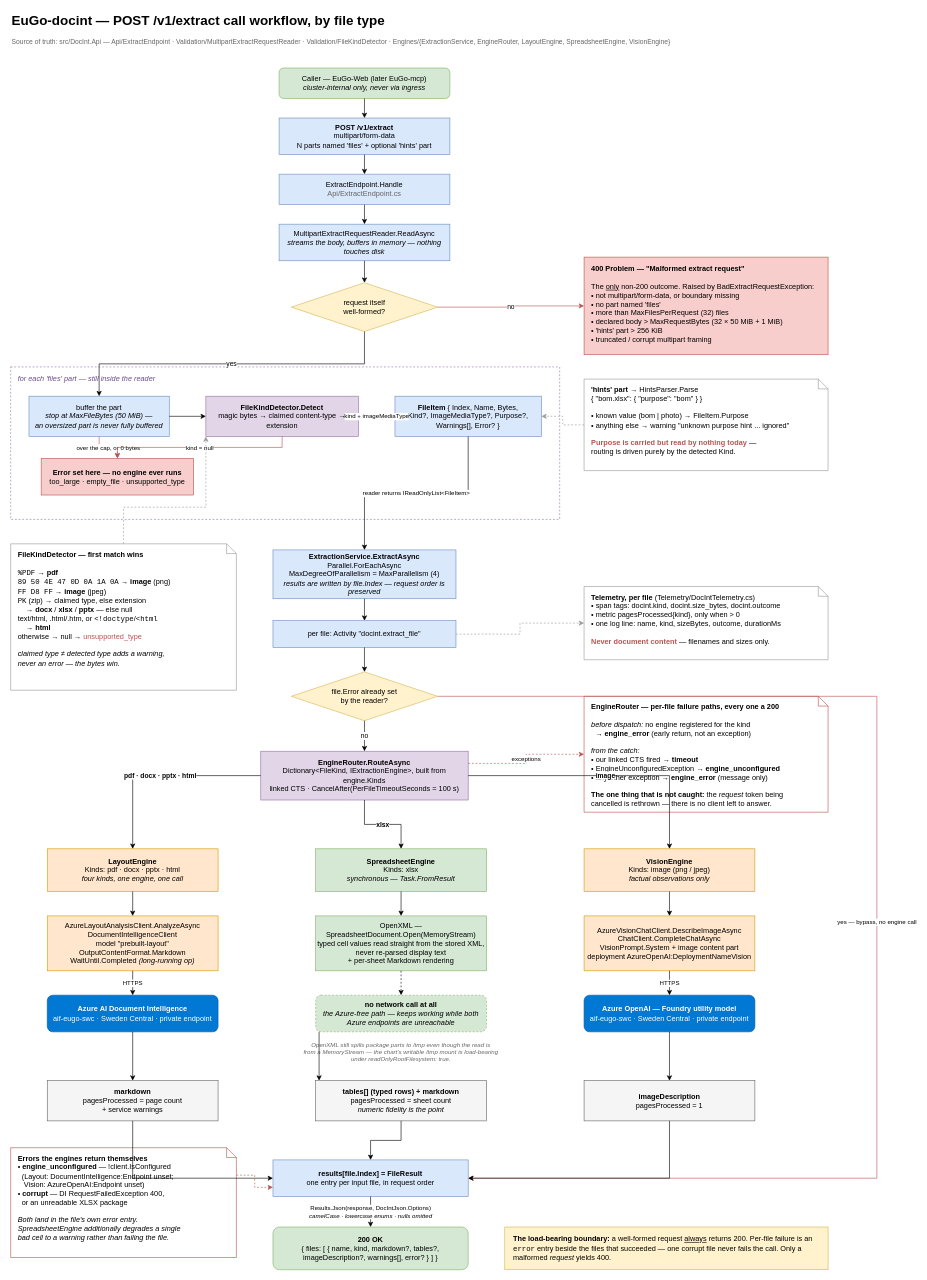
Above: docs/diagrams/extract-path.drawio in EuGo-AS/EuGo-docint (draw.io), before the change. Source tidied: cells renumbered, new cells numbered last; positions are measured from the earlier drawing's top-left corner, leaving out a move shared by most shapes. Both pictures are drawn from the tidied source at 61%, with x=0, y=0 at pixel (10, 10).
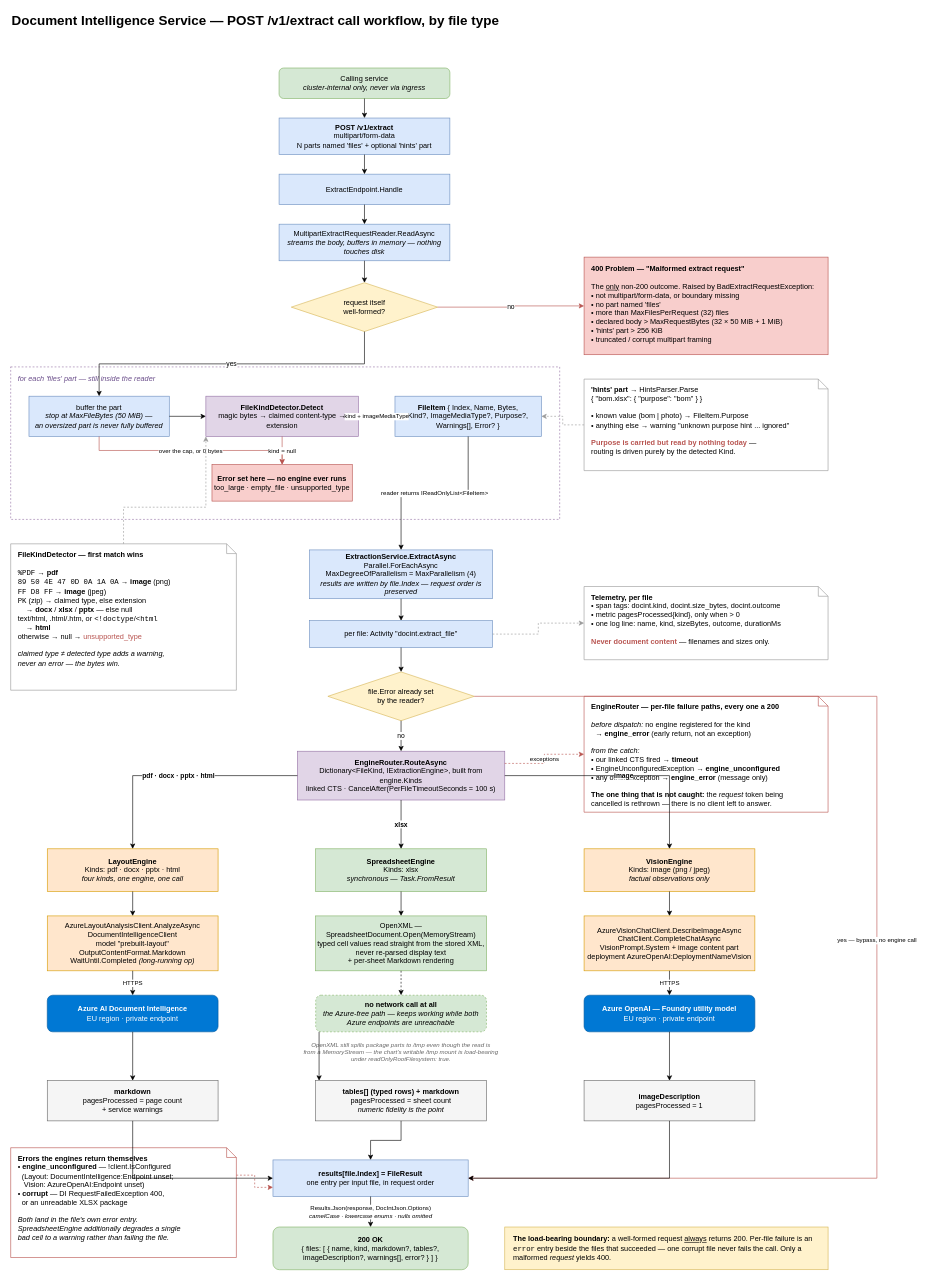
The same diagram, later.

Commit message:
Fix diagram, delete EuGo mentions.

Diff of the diagram source:
```diff
@@
-    <mxCell id="2" value="EuGo-docint — POST /v1/extract call workflow, by file type" style="text;html=1;strokeColor=none;fillColor=none;align=left;verticalAlign=middle;whiteSpace=wrap;fontSize=22;fontStyle=1;" parent="1" vertex="1">
+    <mxCell id="2" value="Document Intelligence Service — POST /v1/extract call workflow, by file type" style="text;html=1;strokeColor=none;fillColor=none;align=left;verticalAlign=middle;whiteSpace=wrap;fontSize=22;fontStyle=1;" parent="1" vertex="1">
       <mxGeometry width="900" height="34" as="geometry" />
     </mxCell>
-    <mxCell id="3" value="Source of truth: src/DocInt.Api — Api/ExtractEndpoint · Validation/MultipartExtractRequestReader · Validation/FileKindDetector · Engines/{ExtractionService, EngineRouter, LayoutEngine, SpreadsheetEngine, VisionEngine}" style="text;html=1;strokeColor=none;fillColor=none;align=left;verticalAlign=middle;whiteSpace=wrap;fontSize=11;fontColor=#666666;" parent="1" vertex="1">
-      <mxGeometry y="36" width="1100" height="30" as="geometry" />
-    </mxCell>
-    <mxCell id="4" value="Caller — EuGo-Web (later EuGo-mcp)&lt;br&gt;&lt;i&gt;cluster-internal only, never via ingress&lt;/i&gt;" style="rounded=1;whiteSpace=wrap;html=1;fillColor=#d5e8d4;strokeColor=#82b366;" parent="1" vertex="1">
+    <mxCell id="4" value="Calling service&lt;br&gt;&lt;i&gt;cluster-internal only, never via ingress&lt;/i&gt;" style="rounded=1;whiteSpace=wrap;html=1;fillColor=#d5e8d4;strokeColor=#82b366;" parent="1" vertex="1">
       <mxGeometry x="440" y="94" width="280" height="50" as="geometry" />
     </mxCell>
@@
-    <mxCell id="6" value="ExtractEndpoint.Handle&lt;br&gt;&lt;font color=&quot;#666666&quot;&gt;Api/ExtractEndpoint.cs&lt;/font&gt;" style="rounded=0;whiteSpace=wrap;html=1;fillColor=#dae8fc;strokeColor=#6c8ebf;" parent="1" vertex="1">
+    <mxCell id="6" value="ExtractEndpoint.Handle" style="rounded=0;whiteSpace=wrap;html=1;fillColor=#dae8fc;strokeColor=#6c8ebf;" parent="1" vertex="1">
       <mxGeometry x="440" y="268" width="280" height="50" as="geometry" />
     </mxCell>
@@
     <mxCell id="14" value="&lt;b&gt;Error set here — no engine ever runs&lt;/b&gt;&lt;br&gt;too_large · empty_file · unsupported_type" style="rounded=0;whiteSpace=wrap;html=1;fillColor=#f8cecc;strokeColor=#b85450;" parent="1" vertex="1">
-      <mxGeometry x="50" y="734" width="250" height="60" as="geometry" />
+      <mxGeometry x="330" y="744" width="230" height="60" as="geometry" />
     </mxCell>
@@
     <mxCell id="17" value="&lt;b&gt;ExtractionService.ExtractAsync&lt;/b&gt;&lt;br&gt;Parallel.ForEachAsync&lt;br&gt;MaxDegreeOfParallelism = MaxParallelism (4)&lt;br&gt;&lt;i&gt;results are written by file.Index — request order is preserved&lt;/i&gt;" style="rounded=0;whiteSpace=wrap;html=1;fillColor=#dae8fc;strokeColor=#6c8ebf;" parent="1" vertex="1">
-      <mxGeometry x="430" y="884" width="300" height="80" as="geometry" />
+      <mxGeometry x="490" y="884" width="300" height="80" as="geometry" />
     </mxCell>
     <mxCell id="18" value="per file: Activity &quot;docint.extract_file&quot;" style="rounded=0;whiteSpace=wrap;html=1;fillColor=#dae8fc;strokeColor=#6c8ebf;" parent="1" vertex="1">
-      <mxGeometry x="430" y="1000" width="300" height="44" as="geometry" />
+      <mxGeometry x="490" y="1000" width="300" height="44" as="geometry" />
     </mxCell>
-    <mxCell id="19" value="&lt;b&gt;Telemetry, per file&lt;/b&gt; (Telemetry/DocIntTelemetry.cs)&lt;br&gt;• span tags: docint.kind, docint.size_bytes, docint.outcome&lt;br&gt;• metric pagesProcessed{kind}, only when &gt; 0&lt;br&gt;• one log line: name, kind, sizeBytes, outcome, durationMs&lt;br&gt;&lt;br&gt;&lt;b&gt;&lt;font color=&quot;#b85450&quot;&gt;Never document content&lt;/font&gt;&lt;/b&gt; — filenames and sizes only." style="shape=note;size=16;whiteSpace=wrap;html=1;fillColor=#ffffff;strokeColor=#999999;align=left;verticalAlign=top;spacingLeft=10;spacingTop=4;" parent="1" vertex="1">
+    <mxCell id="19" value="&lt;b&gt;Telemetry, per file&lt;/b&gt;&lt;br&gt;• span tags: docint.kind, docint.size_bytes, docint.outcome&lt;br&gt;• metric pagesProcessed{kind}, only when &gt; 0&lt;br&gt;• one log line: name, kind, sizeBytes, outcome, durationMs&lt;br&gt;&lt;br&gt;&lt;b&gt;&lt;font color=&quot;#b85450&quot;&gt;Never document content&lt;/font&gt;&lt;/b&gt; — filenames and sizes only." style="shape=note;size=16;whiteSpace=wrap;html=1;fillColor=#ffffff;strokeColor=#999999;align=left;verticalAlign=top;spacingLeft=10;spacingTop=4;" parent="1" vertex="1">
       <mxGeometry x="940" y="944" width="400" height="120" as="geometry" />
     </mxCell>
     <mxCell id="20" value="file.Error already set&lt;br&gt;by the reader?" style="rhombus;whiteSpace=wrap;html=1;fillColor=#fff2cc;strokeColor=#d6b656;" parent="1" vertex="1">
-      <mxGeometry x="460" y="1084" width="240" height="80" as="geometry" />
+      <mxGeometry x="520" y="1084" width="240" height="80" as="geometry" />
     </mxCell>
     <mxCell id="21" value="&lt;b&gt;EngineRouter.RouteAsync&lt;/b&gt;&lt;br&gt;Dictionary&amp;lt;FileKind, IExtractionEngine&amp;gt;, built from engine.Kinds&lt;br&gt;linked CTS · CancelAfter(PerFileTimeoutSeconds = 100 s)" style="rounded=0;whiteSpace=wrap;html=1;fillColor=#e1d5e7;strokeColor=#9673a6;" parent="1" vertex="1">
-      <mxGeometry x="410" y="1214" width="340" height="80" as="geometry" />
+      <mxGeometry x="470" y="1214" width="340" height="80" as="geometry" />
     </mxCell>
@@
-    <mxCell id="29" value="&lt;b&gt;Azure AI Document Intelligence&lt;/b&gt;&lt;br&gt;aif-eugo-swc · Sweden Central · private endpoint" style="rounded=1;whiteSpace=wrap;html=1;fillColor=#0078D4;strokeColor=#005A9E;fontColor=#ffffff;" parent="1" vertex="1">
+    <mxCell id="29" value="&lt;b&gt;Azure AI Document Intelligence&lt;/b&gt;&lt;br&gt;EU region · private endpoint" style="rounded=1;whiteSpace=wrap;html=1;fillColor=#0078D4;strokeColor=#005A9E;fontColor=#ffffff;" parent="1" vertex="1">
       <mxGeometry x="60" y="1614" width="280" height="60" as="geometry" />
     </mxCell>
@@
-    <mxCell id="31" value="&lt;b&gt;Azure OpenAI — Foundry utility model&lt;/b&gt;&lt;br&gt;aif-eugo-swc · Sweden Central · private endpoint" style="rounded=1;whiteSpace=wrap;html=1;fillColor=#0078D4;strokeColor=#005A9E;fontColor=#ffffff;" parent="1" vertex="1">
+    <mxCell id="31" value="&lt;b&gt;Azure OpenAI — Foundry utility model&lt;/b&gt;&lt;br&gt;EU region · private endpoint" style="rounded=1;whiteSpace=wrap;html=1;fillColor=#0078D4;strokeColor=#005A9E;fontColor=#ffffff;" parent="1" vertex="1">
       <mxGeometry x="940" y="1614" width="280" height="60" as="geometry" />
     </mxCell>
```
